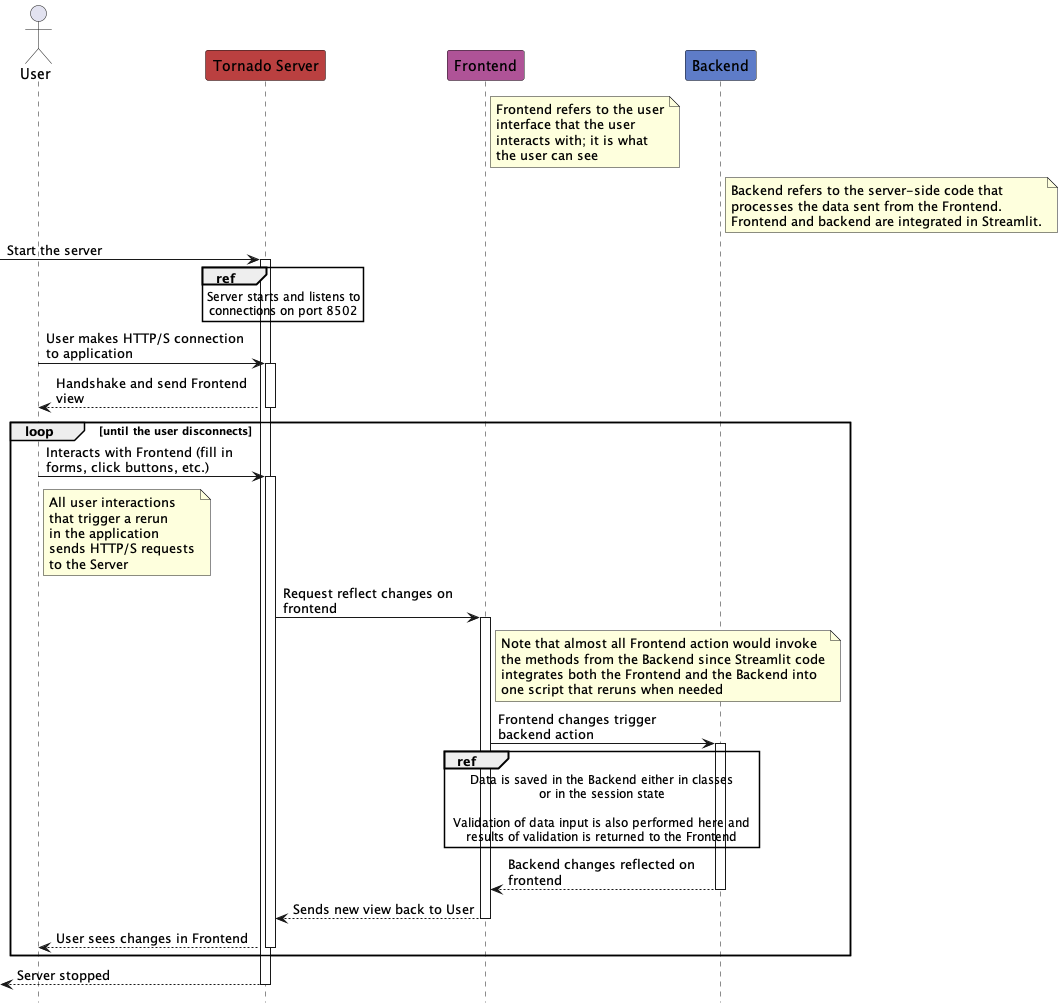
Earlier version of the PlantUML export SSG-API-Testing-Application-v2/docs/assets/developer-guide/sequence/OverallFlow.png (ssg-wsg/Sample-Codes).
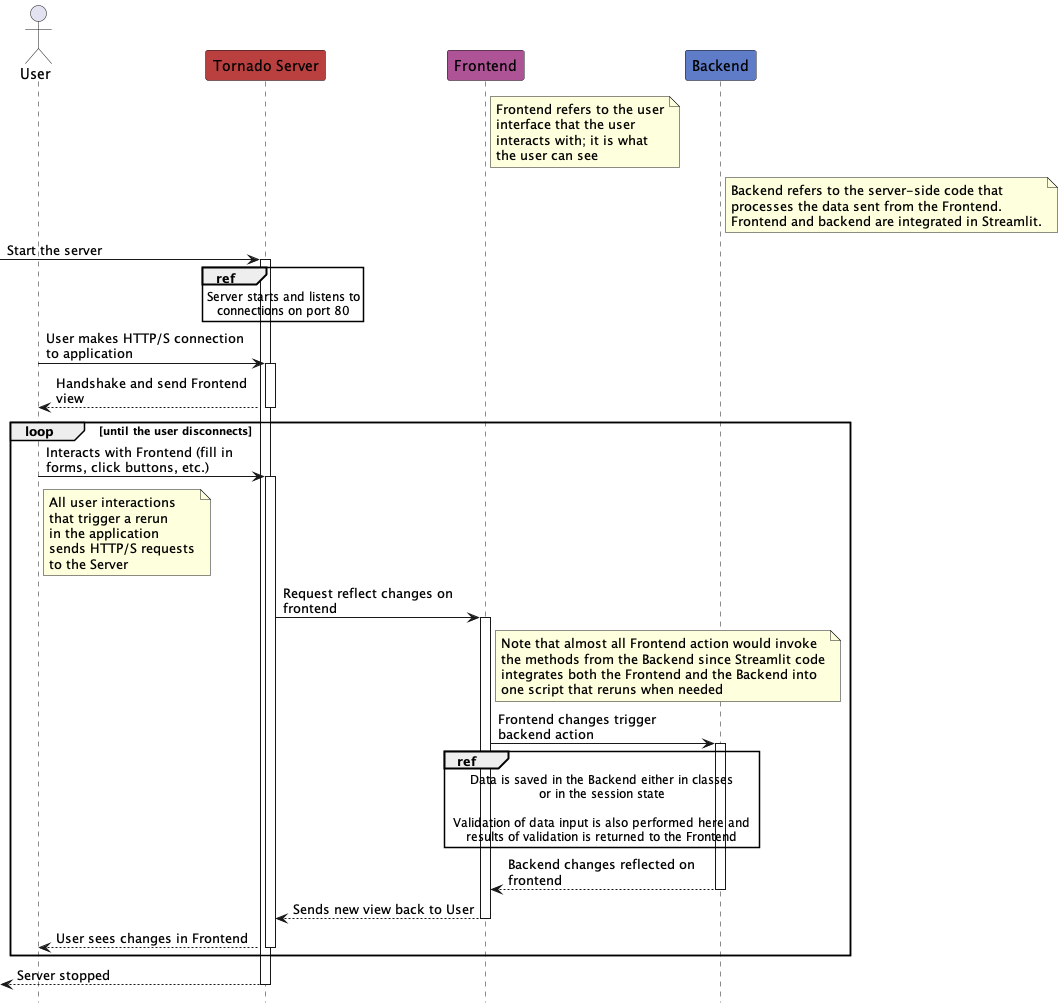
The same diagram one commit later.

The edit, as a diff of the source:
```diff
@@ -30,7 +30,7 @@
 [-> Server : Start the server
 ref over Server
     Server starts and listens to
-    connections on port 8502
+    connections on port 80
 end ref
 
 User -> Server : User makes HTTP/S connection to application
```
